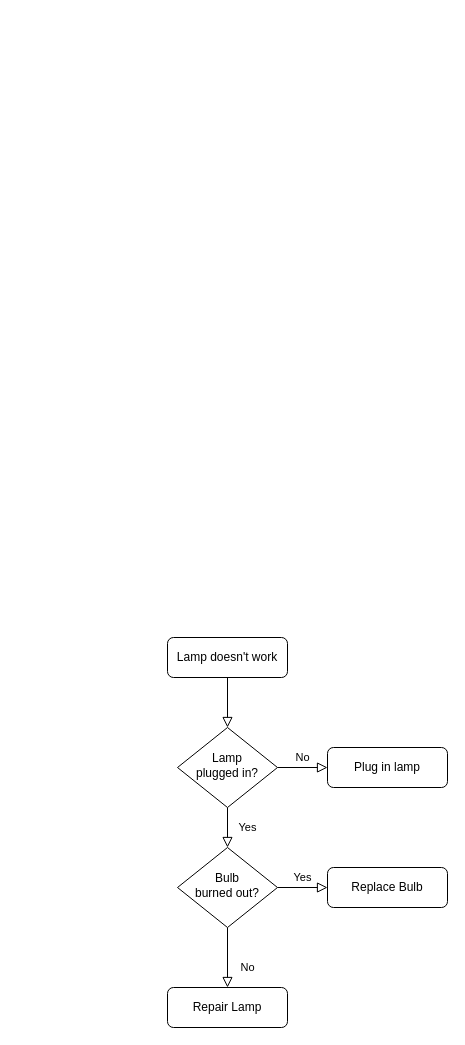
Above: views/Untitled Diagram.drawio in 874bowen/qkfls-Movie-Reviews-Database (draw.io), before the change. Source tidied: cells renumbered, new cells numbered last; positions are measured from the earlier drawing's top-left corner, leaving out a move shared by most shapes. Both pictures are drawn from the tidied source at 100%, with x=0, y=0 at pixel (167, 637).
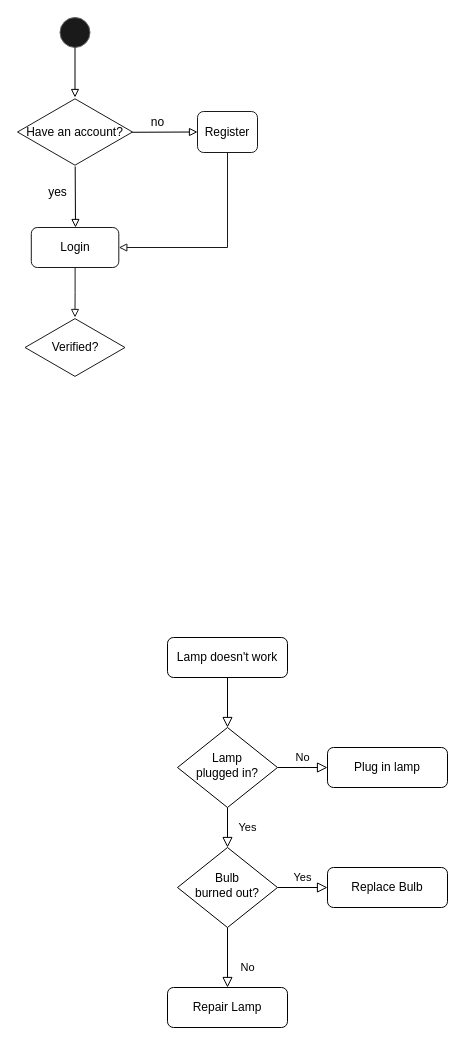
Above is the later version.

The edit, as a diff of the source:
```diff
@@
+    <mxCell id="13" style="ellipse;whiteSpace=wrap;html=1;fillColor=#1A1A1A;fontColor=#333333;strokeColor=#666666;" parent="1" vertex="1">
+      <mxGeometry x="-107.5" y="-620" width="30" height="30" as="geometry" />
+    </mxCell>
+    <mxCell id="14" style="endArrow=block;html=1;rounded=0;exitX=0.5;exitY=1;exitDx=0;exitDy=0;endFill=0;" parent="1" edge="1" source="13" target="15">
+      <mxGeometry relative="1" as="geometry" />
+    </mxCell>
+    <mxCell id="15" value="Have an account?" style="html=1;whiteSpace=wrap;shape=isoRectangle;fillColor=#FFFFFF;strokeColor=#1A1A1A;" parent="1" vertex="1">
+      <mxGeometry x="-150" y="-540" width="115" height="69" as="geometry" />
+    </mxCell>
+    <mxCell id="16" style="endArrow=block;html=1;rounded=0;exitX=0.998;exitY=0.504;exitDx=0;exitDy=0;exitPerimeter=0;endFill=0;entryX=0;entryY=0.5;entryDx=0;entryDy=0;" parent="1" edge="1" source="15" target="20">
+      <mxGeometry relative="1" as="geometry" />
+    </mxCell>
+    <mxCell id="17" style="endArrow=block;html=1;rounded=0;endFill=0;" parent="1" edge="1" source="15">
+      <mxGeometry relative="1" as="geometry">
+        <mxPoint x="-92" y="-410" as="targetPoint" />
+      </mxGeometry>
+    </mxCell>
+    <mxCell id="18" value="no" style="text;html=1;align=center;verticalAlign=middle;strokeColor=none;fillColor=none;" parent="1" vertex="1">
+      <mxGeometry x="-30" y="-530" width="40" height="30" as="geometry" />
+    </mxCell>
+    <mxCell id="19" value="yes" style="text;html=1;align=center;verticalAlign=middle;strokeColor=none;fillColor=none;" parent="1" vertex="1">
+      <mxGeometry x="-130" y="-460" width="40" height="30" as="geometry" />
+    </mxCell>
+    <mxCell id="20" value="Register" style="rounded=1;whiteSpace=wrap;html=1;strokeColor=#1A1A1A;fillColor=#FFFFFF;" parent="1" vertex="1">
+      <mxGeometry x="30" y="-526" width="60" height="41" as="geometry" />
+    </mxCell>
+    <mxCell id="21" style="edgeStyle=orthogonalEdgeStyle;rounded=0;jettySize=auto;html=1;strokeColor=#1A1A1A;endArrow=block;endFill=0;" parent="1" edge="1" source="22" target="23">
+      <mxGeometry relative="1" as="geometry" />
+    </mxCell>
+    <mxCell id="22" value="Login" style="rounded=1;whiteSpace=wrap;html=1;strokeColor=#1A1A1A;fillColor=#FFFFFF;" parent="1" vertex="1">
+      <mxGeometry x="-136.2" y="-410" width="87.5" height="40" as="geometry" />
+    </mxCell>
+    <mxCell id="23" value="Verified?" style="html=1;whiteSpace=wrap;shape=isoRectangle;strokeColor=#1A1A1A;fillColor=#FFFFFF;" parent="1" vertex="1">
+      <mxGeometry x="-142.5" y="-320" width="100" height="60" as="geometry" />
+    </mxCell>
+    <mxCell id="24" style="endArrow=block;html=1;rounded=0;strokeColor=#1A1A1A;exitX=0.5;exitY=1;exitDx=0;exitDy=0;entryX=1;entryY=0.5;entryDx=0;entryDy=0;endFill=0;" parent="1" edge="1" source="20" target="22">
+      <mxGeometry relative="1" as="geometry">
+        <Array as="points">
+          <mxPoint x="60" y="-390" />
+        </Array>
+      </mxGeometry>
+    </mxCell>
```
